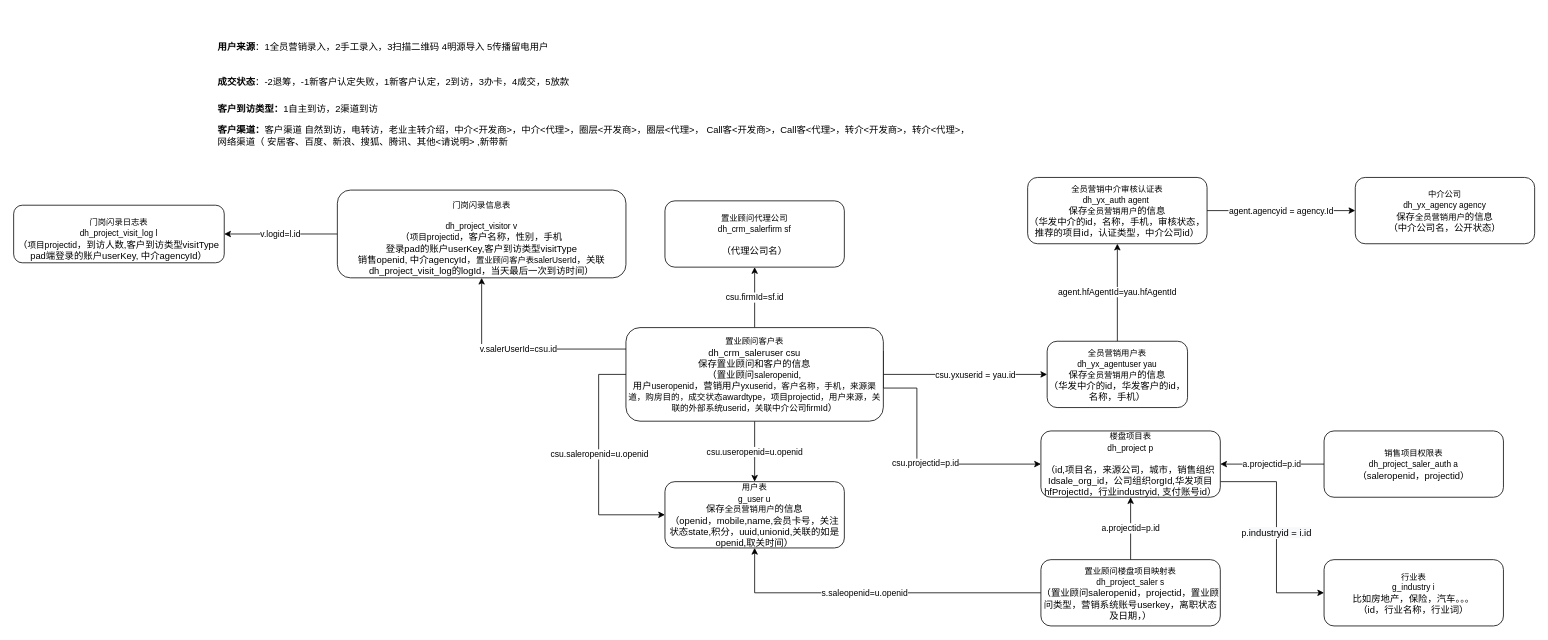
Earlier version of the draw.io diagram page "移动案场基础表结构关系" (3 of 3) of 全民营销.drawio (juesuchen/diagrams). Source tidied: cells renumbered, new cells numbered last; positions are measured from the earlier drawing's top-left corner, leaving out a move shared by most shapes. Both pictures are drawn from the tidied source at 78%, with x=0, y=0 at pixel (13, 13).
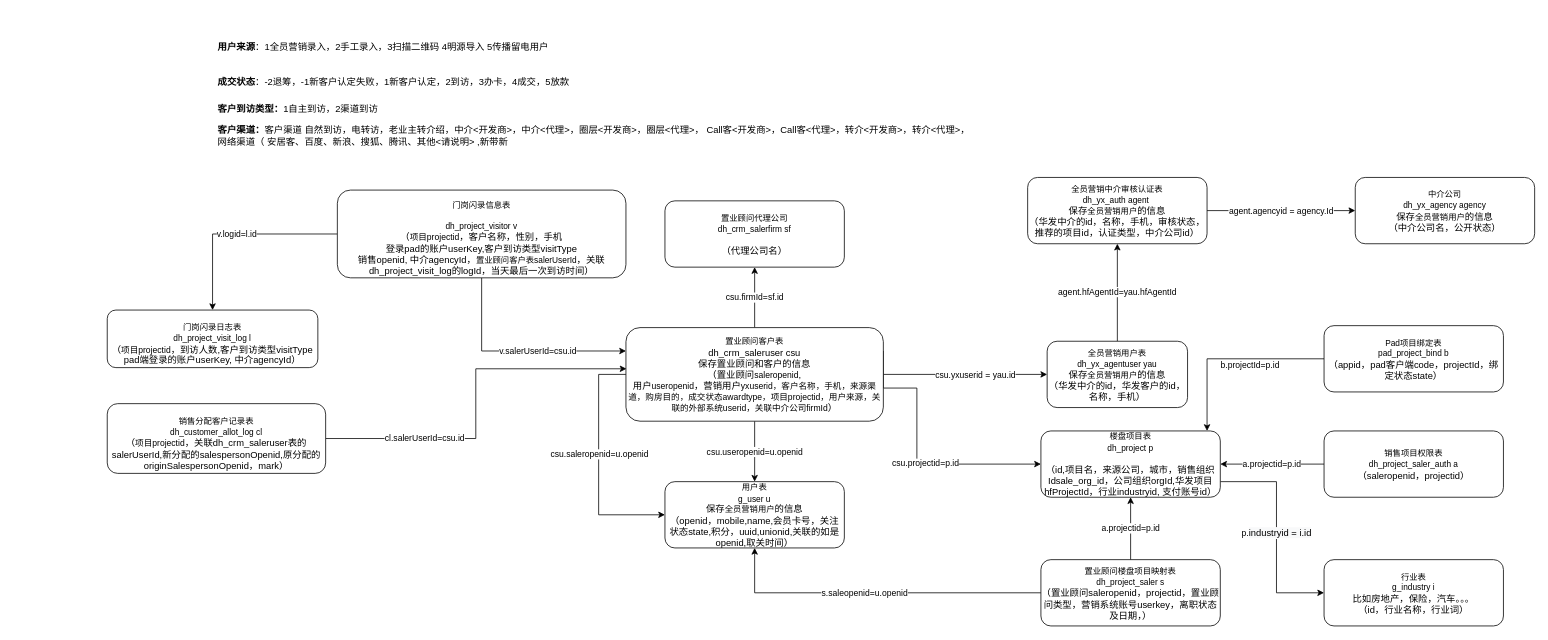
The same diagram, later.

Commit message:
更新全民营销.drawio

The change refers to these unchanged cells:
```xml
<mxCell id="11" value="&lt;span style=&quot;font-size: 8pt&quot;&gt;置业顾问客户表&lt;br&gt;&lt;/span&gt;dh_crm_saleruser csu&lt;br&gt;保存置业顾问和客户的信息&lt;br&gt;（置业顾问&lt;span style=&quot;font-size: 11px ; background-color: rgb(255 , 255 , 255)&quot;&gt;saleropenid&lt;/span&gt;,&lt;br&gt;用户&lt;span style=&quot;font-size: 11px ; background-color: rgb(255 , 255 , 255)&quot;&gt;useropenid&lt;/span&gt;，营销用户&lt;span style=&quot;background-color: rgb(255 , 255 , 255)&quot;&gt;&lt;span style=&quot;font-size: 11px&quot;&gt;yxuserid，客户名称，手机，来源渠道，购房目的，成交状态&lt;/span&gt;&lt;span style=&quot;font-size: 11px&quot;&gt;awardtype，项目projectid，用户来源，关联的外部系统&lt;/span&gt;&lt;span style=&quot;font-size: 11px&quot;&gt;userid，关联中介公司firmId&lt;/span&gt;&lt;/span&gt;）" style="rounded=1;whiteSpace=wrap;html=1;" parent="1" vertex="1">
  <mxGeometry x="785" y="402.5" width="330" height="120" as="geometry" />
</mxCell>
<mxCell id="21" value="&lt;span style=&quot;font-size: 10.6667px&quot;&gt;楼盘项目表&lt;/span&gt;&lt;br&gt;&lt;span style=&quot;font-size: 10.6667px&quot;&gt;dh_project&amp;nbsp;p&lt;/span&gt;&lt;br&gt;&lt;br&gt;（id,项目名，来源公司，城市，销售组织Idsale_org_id，公司组织orgId,华发项目hfProjectId，行业industryid, 支付账号id）" style="rounded=1;whiteSpace=wrap;html=1;" parent="1" vertex="1">
  <mxGeometry x="1317" y="535" width="230" height="85" as="geometry" />
</mxCell>
<mxCell id="23" value="&lt;p class=&quot;MsoNormal&quot;&gt;&lt;span style=&quot;font-size: 8.0000pt&quot;&gt;门岗闪录信息表&lt;/span&gt;&lt;/p&gt;&lt;span style=&quot;font-size: 10.6667px&quot;&gt;dh_project_visitor v&lt;/span&gt;&lt;br&gt;（&lt;span style=&quot;font-size: 11px ; background-color: rgb(255 , 255 , 255)&quot;&gt;项目projectid&lt;/span&gt;，客户名称，性别，手机&lt;br&gt;登录pad的账户userKey,客户到访类型visitType&lt;br&gt;销售openid, 中介agencyId，&lt;span style=&quot;font-size: 10.6667px&quot;&gt;置业顾问客户表salerUserId&lt;/span&gt;，关联dh_project_visit_log的logId，当天最后一次到访时间）" style="rounded=1;whiteSpace=wrap;html=1;" parent="1" vertex="1">
  <mxGeometry x="415" y="226.2" width="370" height="112.5" as="geometry" />
</mxCell>
```

The edit, as a diff of the source:
```diff
@@
-    <mxCell id="10" value="v.salerUserId=csu.id" style="edgeStyle=orthogonalEdgeStyle;rounded=0;jettySize=auto;html=1;entryX=0.5;entryY=1;entryDx=0;entryDy=0;" parent="1" edge="1" source="11" target="23">
-      <mxGeometry relative="1" as="geometry">
-        <Array as="points">
-          <mxPoint x="600" y="430" />
-        </Array>
-      </mxGeometry>
-    </mxCell>
@@
+    <mxCell id="32" style="edgeStyle=orthogonalEdgeStyle;rounded=0;jettySize=auto;html=1;entryX=0;entryY=0.25;entryDx=0;entryDy=0;" parent="1" edge="1" source="23" target="11">
+      <mxGeometry relative="1" as="geometry" />
+    </mxCell>
+    <mxCell id="10" value="v.salerUserId=csu.id" style="edgeLabel;html=1;align=center;verticalAlign=middle;" parent="32" vertex="1">
+      <mxGeometry x="0.54" y="1" relative="1" as="geometry">
+        <mxPoint x="-50" y="1" as="offset" />
+      </mxGeometry>
+    </mxCell>
@@
     <mxCell id="31" value="&lt;p class=&quot;MsoNormal&quot;&gt;&lt;/p&gt;&lt;span style=&quot;font-size: 8pt&quot;&gt;门岗闪录日志表&lt;br&gt;&lt;/span&gt;&lt;span style=&quot;font-size: 10.6667px&quot;&gt;dh_project_visit_log l&lt;/span&gt;&lt;br&gt;（&lt;span style=&quot;font-size: 11px ; background-color: rgb(255 , 255 , 255)&quot;&gt;项目projectid&lt;/span&gt;，到访人数,客户到访类型visitType&lt;br&gt;pad端登录的账户userKey, 中介agencyId）" style="rounded=1;whiteSpace=wrap;html=1;" parent="1" vertex="1">
-      <mxGeometry y="245.6" width="270" height="73.8" as="geometry" />
+      <mxGeometry x="120" y="380" width="270" height="73.8" as="geometry" />
     </mxCell>
+    <mxCell id="33" value="b.projectId=p.id" style="edgeStyle=orthogonalEdgeStyle;rounded=0;jettySize=auto;html=1;" parent="1" edge="1" source="34" target="21">
+      <mxGeometry x="-0.22" y="7" relative="1" as="geometry">
+        <Array as="points">
+          <mxPoint x="1530" y="443" />
+        </Array>
+        <mxPoint y="1" as="offset" />
+      </mxGeometry>
+    </mxCell>
+    <mxCell id="34" value="&lt;span style=&quot;font-size: 8pt&quot;&gt;Pad项目绑定表&lt;br&gt;&lt;/span&gt;&lt;span style=&quot;font-size: 10.6667px&quot;&gt;pad_project_bind b&lt;/span&gt;&lt;br&gt;（appid，pad客户端code，projectId，绑定状态state）" style="rounded=1;whiteSpace=wrap;html=1;" parent="1" vertex="1">
+      <mxGeometry x="1680" y="400" width="230" height="85" as="geometry" />
+    </mxCell>
+    <mxCell id="35" style="edgeStyle=orthogonalEdgeStyle;rounded=0;jettySize=auto;html=1;entryX=0.002;entryY=0.44;entryDx=0;entryDy=0;entryPerimeter=0;" parent="1" edge="1" source="37" target="11">
+      <mxGeometry relative="1" as="geometry" />
+    </mxCell>
+    <mxCell id="36" value="cl.salerUserId=csu.id" style="edgeLabel;html=1;align=center;verticalAlign=middle;" parent="35" vertex="1">
+      <mxGeometry x="-0.47" relative="1" as="geometry" />
+    </mxCell>
+    <mxCell id="37" value="&lt;p class=&quot;MsoNormal&quot;&gt;&lt;/p&gt;&lt;span style=&quot;font-size: 8pt&quot;&gt;销售分配客户记录&lt;/span&gt;&lt;span style=&quot;font-size: 8pt&quot;&gt;表&lt;br&gt;&lt;/span&gt;&lt;span style=&quot;font-size: 8pt&quot;&gt;dh_customer_allot_log c&lt;/span&gt;&lt;span style=&quot;font-size: 10.6667px&quot;&gt;l&lt;/span&gt;&lt;br&gt;（&lt;span style=&quot;font-size: 11px ; background-color: rgb(255 , 255 , 255)&quot;&gt;项目projectid&lt;/span&gt;，关联dh_crm_saleruser表的salerUserId,新分配的salespersonOpenid,原分配的originSalespersonOpenid，mark）" style="rounded=1;whiteSpace=wrap;html=1;" parent="1" vertex="1">
+      <mxGeometry x="120" y="500" width="280" height="89.4" as="geometry" />
+    </mxCell>
```
